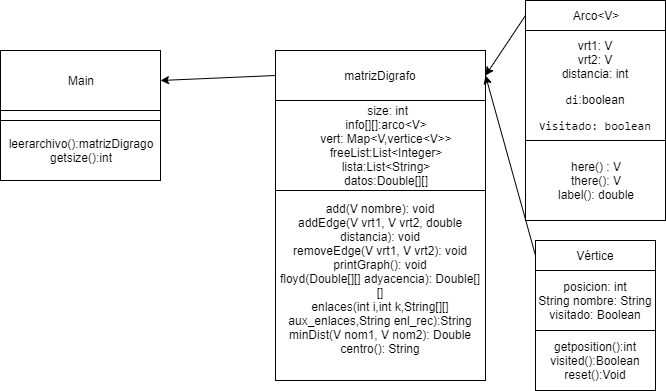
This is umlHoja9.png from ricardoVA999/Hoja9Graph, a draw.io export, as it was before one commit. Source tidied: cells renumbered, new cells last; positions are measured from the earlier drawing's top-left corner, leaving out a move shared by most shapes.
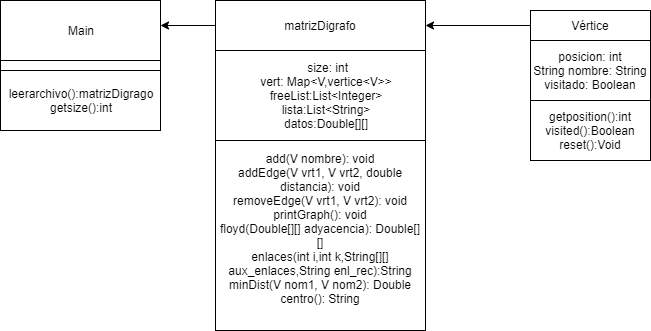
The same diagram one commit later.

Diff of the diagram source:
```diff
@@ -3,49 +3,39 @@
     <mxCell id="0" />
     <mxCell id="1" parent="0" />
     <mxCell id="2" value="Vértice&lt;br&gt;" style="rounded=0;whiteSpace=wrap;html=1;" parent="1" vertex="1">
-      <mxGeometry x="535" y="240" width="120" height="30" as="geometry" />
+      <mxGeometry x="530" y="50" width="120" height="30" as="geometry" />
     </mxCell>
     <mxCell id="3" value="&lt;span&gt;posicion: int&lt;/span&gt;&lt;br&gt;&lt;span&gt;String nombre: String&lt;/span&gt;&lt;br&gt;&lt;span&gt;visitado: Boolean&lt;/span&gt;" style="rounded=0;whiteSpace=wrap;html=1;" parent="1" vertex="1">
-      <mxGeometry x="535" y="270" width="120" height="60" as="geometry" />
+      <mxGeometry x="530" y="80" width="120" height="60" as="geometry" />
     </mxCell>
     <mxCell id="4" value="getposition():int&lt;br&gt;visited():Boolean&lt;br&gt;reset():Void&lt;br&gt;" style="rounded=0;whiteSpace=wrap;html=1;" parent="1" vertex="1">
-      <mxGeometry x="535" y="330" width="120" height="60" as="geometry" />
+      <mxGeometry x="530" y="140" width="120" height="60" as="geometry" />
     </mxCell>
-    <mxCell id="5" value="&lt;p style=&quot;line-height: 120%&quot;&gt;&lt;/p&gt;&lt;pre&gt;&lt;div style=&quot;text-align: center&quot;&gt;&lt;span style=&quot;font-family: &amp;#34;helvetica&amp;#34; ; white-space: normal&quot;&gt;vrt1: V&lt;/span&gt;&lt;/div&gt;&lt;span&gt;&lt;div style=&quot;text-align: center&quot;&gt;&lt;span style=&quot;font-family: &amp;#34;helvetica&amp;#34; ; white-space: normal&quot;&gt;vrt2: V&lt;/span&gt;&lt;/div&gt;&lt;/span&gt;&lt;span&gt;&lt;div style=&quot;text-align: center&quot;&gt;&lt;span style=&quot;font-family: &amp;#34;helvetica&amp;#34; ; white-space: normal&quot;&gt;distancia: int&lt;/span&gt;&lt;/div&gt;&lt;/span&gt;&lt;/pre&gt;&lt;pre style=&quot;text-align: center&quot;&gt;di&lt;font face=&quot;Helvetica&quot; style=&quot;white-space: normal&quot;&gt;:boolean&lt;/font&gt;&lt;/pre&gt;&lt;pre style=&quot;text-align: center&quot;&gt;&lt;font face=&quot;Helvetica&quot;&gt;&lt;span style=&quot;white-space: normal&quot;&gt;v&lt;/span&gt;&lt;/font&gt;isitado: boolean&lt;/pre&gt;&lt;p&gt;&lt;/p&gt;" style="rounded=0;whiteSpace=wrap;html=1;" parent="1" vertex="1">
-      <mxGeometry x="525" y="30" width="140" height="110" as="geometry" />
-    </mxCell>
-    <mxCell id="6" value="here() : V&lt;br&gt;there(): V&lt;br&gt;label(): double&lt;br&gt;" style="rounded=0;whiteSpace=wrap;html=1;" parent="1" vertex="1">
-      <mxGeometry x="525" y="140" width="140" height="80" as="geometry" />
-    </mxCell>
-    <mxCell id="7" value="Arco&amp;lt;V&amp;gt;&lt;br&gt;" style="rounded=0;whiteSpace=wrap;html=1;" parent="1" vertex="1">
-      <mxGeometry x="525" width="140" height="30" as="geometry" />
-    </mxCell>
     <mxCell id="8" value="matrizDigrafo" style="rounded=0;whiteSpace=wrap;html=1;" parent="1" vertex="1">
-      <mxGeometry x="275" y="50" width="210" height="50" as="geometry" />
+      <mxGeometry x="215" y="40" width="210" height="50" as="geometry" />
     </mxCell>
-    <mxCell id="9" value="&lt;div&gt;&amp;nbsp; &amp;nbsp; size: int&lt;/div&gt;&lt;div&gt;&amp;nbsp; &amp;nbsp; info[][]:arco&amp;lt;V&amp;gt;&amp;nbsp;&lt;/div&gt;&lt;div&gt;&amp;nbsp; &amp;nbsp; vert: Map&amp;lt;V,vertice&amp;lt;V&amp;gt;&amp;gt;&amp;nbsp;&lt;/div&gt;&lt;div&gt;&amp;nbsp; &amp;nbsp; freeList:List&amp;lt;Integer&amp;gt;&amp;nbsp;&lt;/div&gt;&lt;div&gt;&amp;nbsp; &amp;nbsp; lista:List&amp;lt;String&amp;gt;&amp;nbsp;&lt;/div&gt;&lt;div&gt;&amp;nbsp; &amp;nbsp; datos:Double[][]&amp;nbsp;&lt;/div&gt;" style="rounded=0;whiteSpace=wrap;html=1;" parent="1" vertex="1">
-      <mxGeometry x="275" y="100" width="210" height="90" as="geometry" />
+    <mxCell id="9" value="&lt;div&gt;&amp;nbsp; &amp;nbsp; size: int&lt;/div&gt;&lt;div&gt;&amp;nbsp; &amp;nbsp; vert: Map&amp;lt;V,vertice&amp;lt;V&amp;gt;&amp;gt;&amp;nbsp;&lt;/div&gt;&lt;div&gt;&amp;nbsp; &amp;nbsp; freeList:List&amp;lt;Integer&amp;gt;&amp;nbsp;&lt;/div&gt;&lt;div&gt;&amp;nbsp; &amp;nbsp; lista:List&amp;lt;String&amp;gt;&amp;nbsp;&lt;/div&gt;&lt;div&gt;&amp;nbsp; &amp;nbsp; datos:Double[][]&amp;nbsp;&lt;/div&gt;" style="rounded=0;whiteSpace=wrap;html=1;" parent="1" vertex="1">
+      <mxGeometry x="215" y="90" width="210" height="90" as="geometry" />
     </mxCell>
     <mxCell id="10" value="&lt;div&gt;add(V nombre): void&lt;/div&gt;&lt;div&gt;addEdge(V vrt1, V vrt2, double distancia): void&lt;/div&gt;&lt;div&gt;removeEdge(V vrt1, V vrt2): void&lt;/div&gt;&lt;div&gt;printGraph(): void&lt;/div&gt;&lt;div&gt;floyd(Double[][] adyacencia): Double[][]&lt;/div&gt;&lt;div&gt;enlaces(int i,int k,String[][] aux_enlaces,String enl_rec):String&lt;/div&gt;&lt;div&gt;minDist(V nom1, V nom2): Double&lt;/div&gt;&lt;div&gt;centro(): String&lt;/div&gt;&lt;div&gt;&lt;br&gt;&lt;/div&gt;" style="rounded=0;whiteSpace=wrap;html=1;" parent="1" vertex="1">
-      <mxGeometry x="275" y="190" width="210" height="190" as="geometry" />
+      <mxGeometry x="215" y="180" width="210" height="190" as="geometry" />
     </mxCell>
-    <mxCell id="11" style="endArrow=classic;html=1;entryX=1;entryY=0.5;entryDx=0;entryDy=0;exitX=0;exitY=0.5;exitDx=0;exitDy=0;" parent="1" edge="1" source="7" target="8">
-      <mxGeometry relative="1" as="geometry" />
-    </mxCell>
     <mxCell id="12" style="endArrow=classic;html=1;exitX=0;exitY=0.5;exitDx=0;exitDy=0;entryX=1;entryY=0.5;entryDx=0;entryDy=0;" parent="1" edge="1" source="2" target="8">
       <mxGeometry relative="1" as="geometry" />
     </mxCell>
     <mxCell id="13" value="Main" style="rounded=0;whiteSpace=wrap;html=1;" parent="1" vertex="1">
-      <mxGeometry y="50" width="160" height="60" as="geometry" />
+      <mxGeometry y="40" width="160" height="60" as="geometry" />
     </mxCell>
     <mxCell id="14" style="rounded=0;whiteSpace=wrap;html=1;" parent="1" vertex="1">
-      <mxGeometry y="110" width="160" height="10" as="geometry" />
+      <mxGeometry y="100" width="160" height="10" as="geometry" />
     </mxCell>
     <mxCell id="15" value="leerarchivo():matrizDigrago&lt;br&gt;getsize():int&lt;br&gt;" style="rounded=0;whiteSpace=wrap;html=1;" parent="1" vertex="1">
-      <mxGeometry y="120" width="160" height="60" as="geometry" />
+      <mxGeometry y="110" width="160" height="60" as="geometry" />
     </mxCell>
-    <mxCell id="16" style="endArrow=classic;html=1;entryX=1;entryY=0.5;entryDx=0;entryDy=0;exitX=0;exitY=0.5;exitDx=0;exitDy=0;" parent="1" edge="1" source="8" target="13">
-      <mxGeometry relative="1" as="geometry" />
+    <mxCell id="16" style="endArrow=classic;html=1;exitX=0;exitY=0.5;exitDx=0;exitDy=0;" parent="1" edge="1" source="8">
+      <mxGeometry relative="1" as="geometry">
+        <mxPoint x="160" y="65" as="targetPoint" />
+      </mxGeometry>
     </mxCell>
   </root>
 </mxGraphModel>
```
